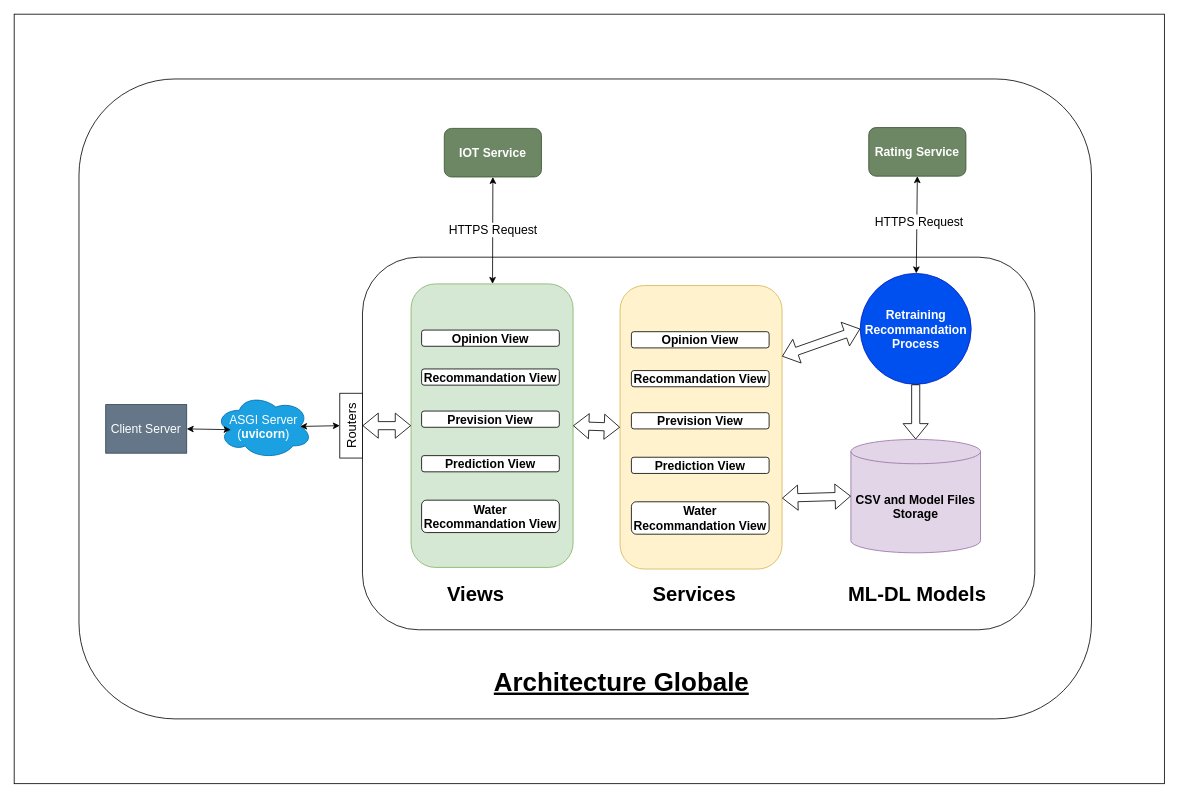
Earlier version of the draw.io diagram Diagramme sans nom.drawio (CabrelFeukeng/pp). Source tidied: cells renumbered, new cells numbered last; positions are measured from the earlier drawing's top-left corner, leaving out a move shared by most shapes. Both pictures are drawn from the tidied source at 81%, with x=0, y=0 at pixel (14, 14).
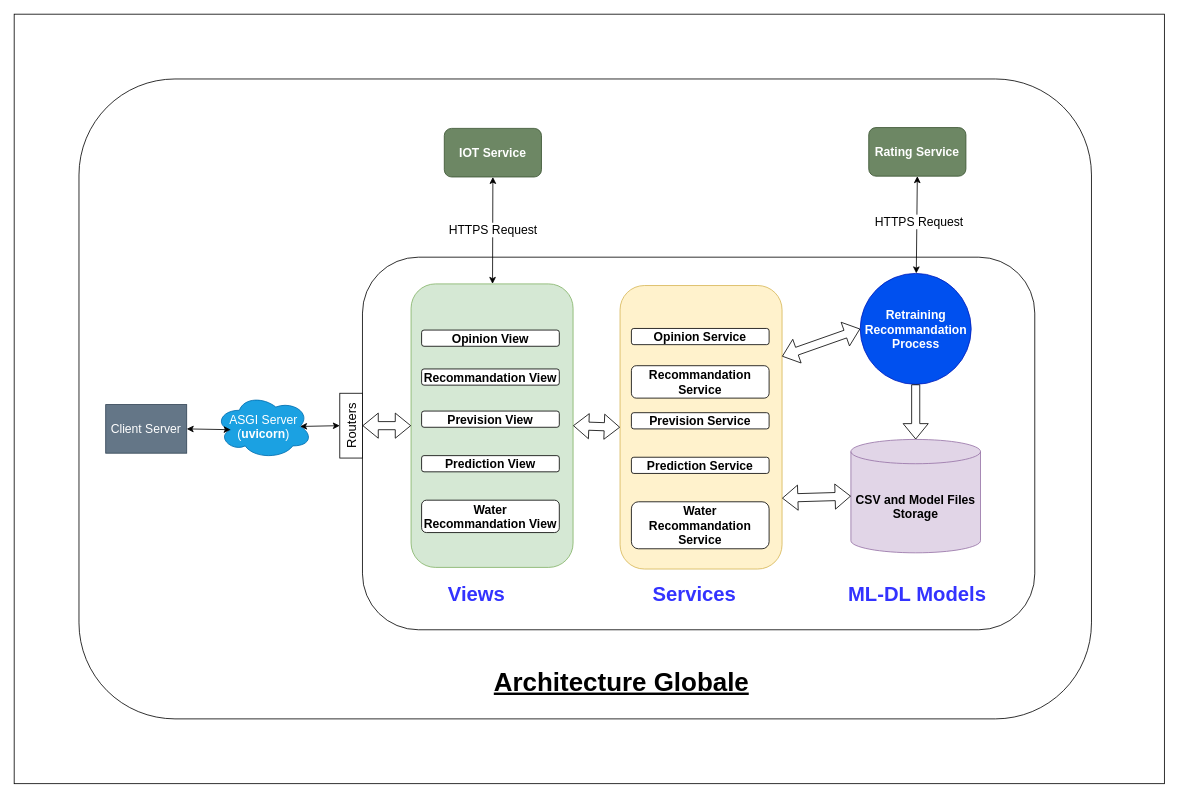
The same diagram, later.

Commit message:
Architecture Globale Projet de Synthèse

The edit, as a diff of the source:
```diff
@@
-    <mxCell id="15" value="&lt;font style=&quot;font-size: 15px;&quot;&gt;&lt;b&gt;Opinion View&lt;/b&gt;&lt;/font&gt;" style="rounded=1;whiteSpace=wrap;html=1;" parent="1" vertex="1">
-      <mxGeometry x="762" y="392" width="170" height="20" as="geometry" />
+    <mxCell id="15" value="&lt;font style=&quot;font-size: 15px;&quot;&gt;&lt;b&gt;Opinion Service&lt;/b&gt;&lt;/font&gt;" style="rounded=1;whiteSpace=wrap;html=1;" parent="1" vertex="1">
+      <mxGeometry x="762" y="388" width="170" height="20" as="geometry" />
     </mxCell>
-    <mxCell id="16" value="&lt;font style=&quot;font-size: 15px;&quot;&gt;&lt;b&gt;Recommandation View&lt;/b&gt;&lt;/font&gt;" style="rounded=1;whiteSpace=wrap;html=1;" parent="1" vertex="1">
-      <mxGeometry x="762" y="440" width="170" height="20" as="geometry" />
+    <mxCell id="16" value="&lt;font style=&quot;font-size: 15px;&quot;&gt;&lt;b&gt;Recommandation Service&lt;/b&gt;&lt;/font&gt;" style="rounded=1;whiteSpace=wrap;html=1;" parent="1" vertex="1">
+      <mxGeometry x="762" y="434" width="170" height="40" as="geometry" />
     </mxCell>
-    <mxCell id="17" value="&lt;font style=&quot;font-size: 15px;&quot;&gt;&lt;b&gt;Prediction View&lt;/b&gt;&lt;/font&gt;" style="rounded=1;whiteSpace=wrap;html=1;" parent="1" vertex="1">
+    <mxCell id="17" value="&lt;font style=&quot;font-size: 15px;&quot;&gt;&lt;b&gt;Prediction Service&lt;/b&gt;&lt;/font&gt;" style="rounded=1;whiteSpace=wrap;html=1;" parent="1" vertex="1">
       <mxGeometry x="762" y="547" width="170" height="20" as="geometry" />
     </mxCell>
-    <mxCell id="18" value="&lt;font style=&quot;font-size: 15px;&quot;&gt;&lt;b&gt;Prevision View&lt;/b&gt;&lt;/font&gt;" style="rounded=1;whiteSpace=wrap;html=1;" parent="1" vertex="1">
+    <mxCell id="18" value="&lt;font style=&quot;font-size: 15px;&quot;&gt;&lt;b&gt;Prevision Service&lt;/b&gt;&lt;/font&gt;" style="rounded=1;whiteSpace=wrap;html=1;" parent="1" vertex="1">
       <mxGeometry x="762" y="492" width="170" height="20" as="geometry" />
     </mxCell>
-    <mxCell id="19" value="&lt;font style=&quot;font-size: 15px;&quot;&gt;&lt;b&gt;Water Recommandation View&lt;/b&gt;&lt;/font&gt;" style="rounded=1;whiteSpace=wrap;html=1;" parent="1" vertex="1">
-      <mxGeometry x="762" y="602" width="170" height="40" as="geometry" />
+    <mxCell id="19" value="&lt;font style=&quot;font-size: 15px;&quot;&gt;&lt;b&gt;Water Recommandation Service&lt;/b&gt;&lt;/font&gt;" style="rounded=1;whiteSpace=wrap;html=1;" parent="1" vertex="1">
+      <mxGeometry x="762" y="602" width="170" height="58" as="geometry" />
     </mxCell>
@@
-    <mxCell id="25" value="&lt;b&gt;&lt;font style=&quot;font-size: 25px;&quot;&gt;Views&lt;/font&gt;&lt;/b&gt;" style="text;html=1;align=center;verticalAlign=middle;whiteSpace=wrap;rounded=0;" parent="1" vertex="1">
-      <mxGeometry x="540" y="700" width="60" height="30" as="geometry" />
+    <mxCell id="25" value="&lt;b&gt;&lt;font style=&quot;font-size: 25px; color: rgb(51, 51, 255);&quot;&gt;Views&lt;/font&gt;&lt;/b&gt;" style="text;html=1;align=center;verticalAlign=middle;whiteSpace=wrap;rounded=0;" parent="1" vertex="1">
+      <mxGeometry x="541" y="700" width="60" height="30" as="geometry" />
     </mxCell>
-    <mxCell id="26" value="&lt;b style=&quot;&quot;&gt;&lt;font style=&quot;font-size: 25px;&quot;&gt;Services&lt;/font&gt;&lt;/b&gt;" style="text;html=1;align=center;verticalAlign=middle;whiteSpace=wrap;rounded=0;" parent="1" vertex="1">
+    <mxCell id="26" value="&lt;b style=&quot;&quot;&gt;&lt;font style=&quot;font-size: 25px; color: rgb(51, 51, 255);&quot;&gt;Services&lt;/font&gt;&lt;/b&gt;" style="text;html=1;align=center;verticalAlign=middle;whiteSpace=wrap;rounded=0;" parent="1" vertex="1">
       <mxGeometry x="810" y="700" width="60" height="30" as="geometry" />
     </mxCell>
-    <mxCell id="27" value="&lt;b style=&quot;&quot;&gt;&lt;font style=&quot;font-size: 25px;&quot;&gt;ML-DL Models&lt;/font&gt;&lt;/b&gt;" style="text;html=1;align=center;verticalAlign=middle;whiteSpace=wrap;rounded=0;" parent="1" vertex="1">
+    <mxCell id="27" value="&lt;b style=&quot;&quot;&gt;&lt;font style=&quot;font-size: 25px; color: rgb(51, 51, 255);&quot;&gt;ML-DL Models&lt;/font&gt;&lt;/b&gt;" style="text;html=1;align=center;verticalAlign=middle;whiteSpace=wrap;rounded=0;" parent="1" vertex="1">
       <mxGeometry x="1020" y="700" width="190" height="30" as="geometry" />
     </mxCell>
```
